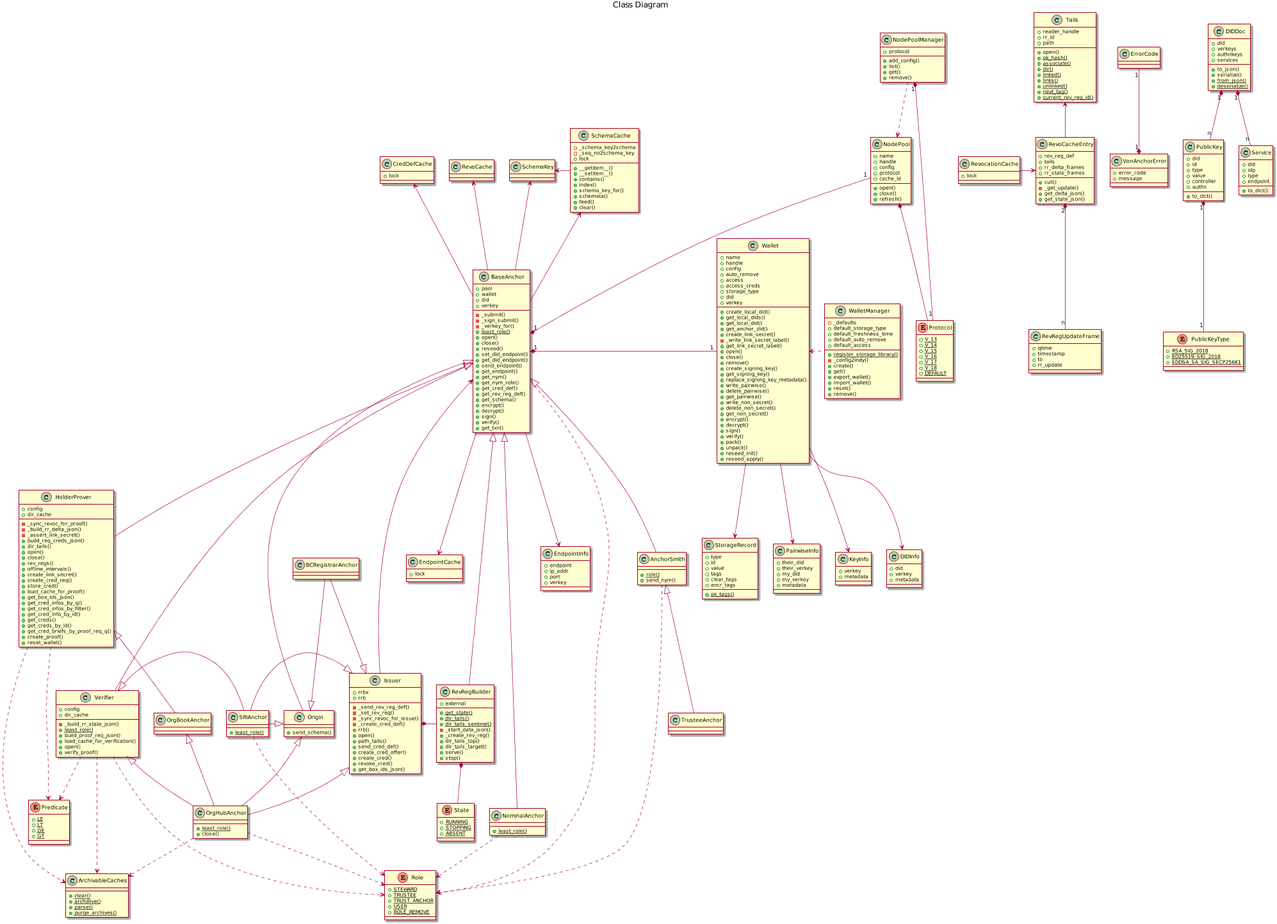
This is docs/source/pic/class.png from PSPC-SPAC-buyandsell/von_anchor, a PlantUML export, as it was before one commit.
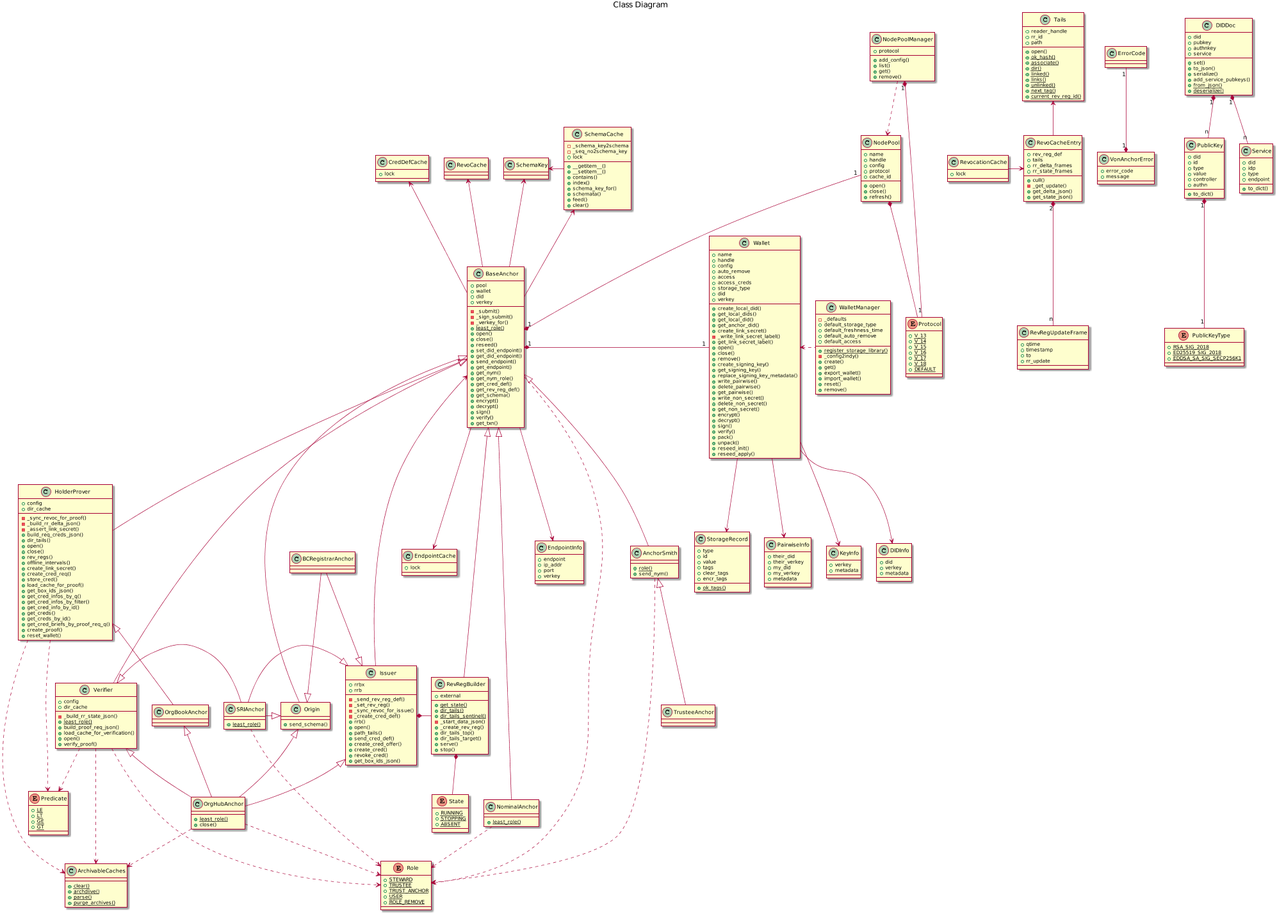
Later version of the same file.

The edit, as a diff of the source:
```diff
@@ -375,11 +375,13 @@
 
 class DIDDoc {
     +did
-    +verkeys
-    +authnkeys
-    +services
+    +pubkey
+    +authnkey
+    +service
+    +set()
     +to_json()
     +serialize()
+    +add_service_pubkeys()
     {static} +from_json()
     {static} +deserialize()
 }
```
